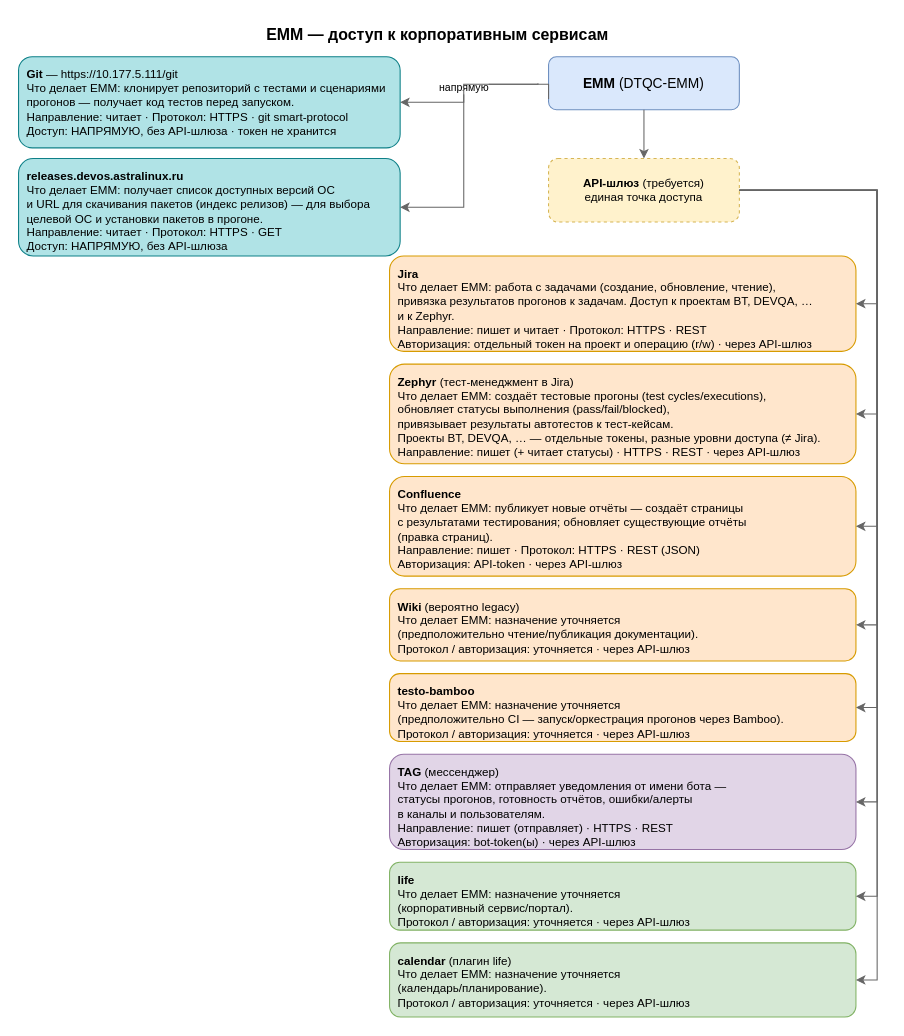
Before: dbos_server_service/diagrams/external-integrations.drawio in N2OCaKeS/stress_test, a draw.io diagram. Source tidied: cells renumbered, new cells numbered last; positions are measured from the earlier drawing's top-left corner, leaving out a move shared by most shapes. Both pictures are drawn from the tidied source at 106%, with x=0, y=0 at pixel (18, 18).
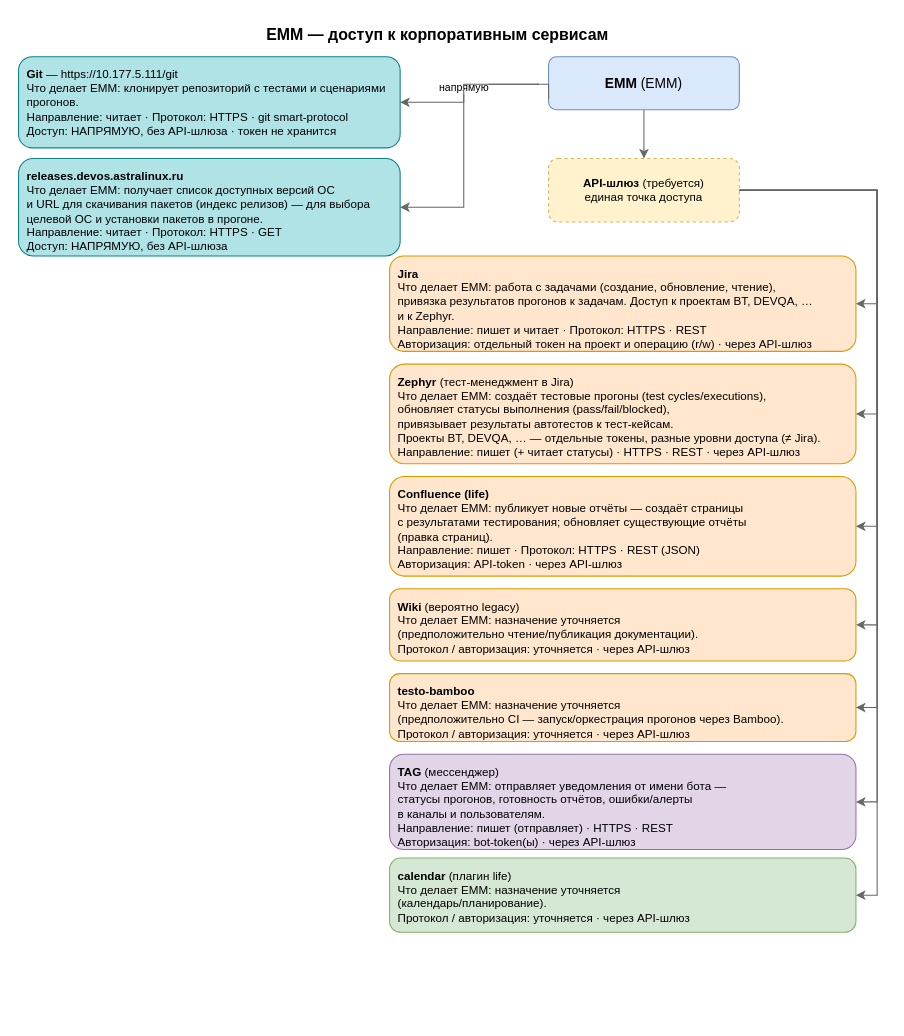
After the change.

Commit message:
external integrations layout tidy-up

The change refers to these unchanged cells:
```xml
<mxCell id="4" value="&lt;b&gt;API-шлюз&lt;/b&gt; (требуется)&lt;br&gt;единая точка доступа" style="rounded=1;whiteSpace=wrap;html=1;fillColor=#fff2cc;strokeColor=#d6b656;dashed=1;fontSize=11;" parent="1" vertex="1">
  <mxGeometry x="500" y="132" width="180" height="60" as="geometry" />
</mxCell>
```

Change to the diagram source:
```diff
@@
-    <mxCell id="3" value="&lt;b&gt;EMM&lt;/b&gt; (DTQC-EMM)" style="rounded=1;whiteSpace=wrap;html=1;fillColor=#dae8fc;strokeColor=#6c8ebf;fontSize=13;" parent="1" vertex="1">
+    <mxCell id="3" value="&lt;b&gt;EMM&lt;/b&gt; (EMM)" style="rounded=1;whiteSpace=wrap;html=1;fillColor=#dae8fc;strokeColor=#6c8ebf;fontSize=13;" parent="1" vertex="1">
       <mxGeometry x="500" y="36" width="180" height="50" as="geometry" />
     </mxCell>
@@
-    <mxCell id="5" value="&lt;b&gt;Git&lt;/b&gt; — https://10.177.5.111/git&lt;br&gt;Что делает EMM: клонирует репозиторий с тестами и сценариями&lt;br&gt;прогонов — получает код тестов перед запуском.&lt;br&gt;Направление: читает · Протокол: HTTPS · git smart-protocol&lt;br&gt;Доступ: НАПРЯМУЮ, без API-шлюза · токен не хранится" style="rounded=1;whiteSpace=wrap;html=1;fillColor=#b0e3e6;strokeColor=#0e8088;align=left;verticalAlign=top;spacingLeft=6;spacingTop=4;fontSize=11;" parent="1" vertex="1">
+    <mxCell id="5" value="&lt;b&gt;Git&lt;/b&gt; — https://10.177.5.111/git&lt;br&gt;Что делает EMM: клонирует репозиторий с тестами и сценариями&lt;br&gt;прогонов.&lt;br&gt;Направление: читает · Протокол: HTTPS · git smart-protocol&lt;br&gt;Доступ: НАПРЯМУЮ, без API-шлюза · токен не хранится" style="rounded=1;whiteSpace=wrap;html=1;fillColor=#b0e3e6;strokeColor=#0e8088;align=left;verticalAlign=top;spacingLeft=6;spacingTop=4;fontSize=11;" parent="1" vertex="1">
       <mxGeometry y="36" width="360" height="86" as="geometry" />
     </mxCell>
@@
-    <mxCell id="10" value="&lt;b&gt;Confluence&lt;/b&gt;&lt;br&gt;Что делает EMM: публикует новые отчёты — создаёт страницы&lt;br&gt;с результатами тестирования; обновляет существующие отчёты&lt;br&gt;(правка страниц).&lt;br&gt;Направление: пишет · Протокол: HTTPS · REST (JSON)&lt;br&gt;Авторизация: API-token · через API-шлюз" style="rounded=1;whiteSpace=wrap;html=1;fillColor=#ffe6cc;strokeColor=#d79b00;align=left;verticalAlign=top;spacingLeft=6;spacingTop=4;fontSize=11;" parent="1" vertex="1">
+    <mxCell id="10" value="&lt;b&gt;Confluence (life)&lt;/b&gt;&lt;br&gt;Что делает EMM: публикует новые отчёты — создаёт страницы&lt;br&gt;с результатами тестирования; обновляет существующие отчёты&lt;br&gt;(правка страниц).&lt;br&gt;Направление: пишет · Протокол: HTTPS · REST (JSON)&lt;br&gt;Авторизация: API-token · через API-шлюз" style="rounded=1;whiteSpace=wrap;html=1;fillColor=#ffe6cc;strokeColor=#d79b00;align=left;verticalAlign=top;spacingLeft=6;spacingTop=4;fontSize=11;" parent="1" vertex="1">
       <mxGeometry x="350" y="432" width="440" height="94" as="geometry" />
     </mxCell>
@@
-    <mxCell id="14" value="&lt;b&gt;life&lt;/b&gt;&lt;br&gt;Что делает EMM: назначение уточняется&lt;br&gt;(корпоративный сервис/портал).&lt;br&gt;Протокол / авторизация: уточняется · через API-шлюз" style="rounded=1;whiteSpace=wrap;html=1;fillColor=#d5e8d4;strokeColor=#82b366;align=left;verticalAlign=top;spacingLeft=6;spacingTop=4;fontSize=11;" parent="1" vertex="1">
-      <mxGeometry x="350" y="796" width="440" height="64" as="geometry" />
-    </mxCell>
     <mxCell id="15" value="&lt;b&gt;calendar&lt;/b&gt; (плагин life)&lt;br&gt;Что делает EMM: назначение уточняется&lt;br&gt;(календарь/планирование).&lt;br&gt;Протокол / авторизация: уточняется · через API-шлюз" style="rounded=1;whiteSpace=wrap;html=1;fillColor=#d5e8d4;strokeColor=#82b366;align=left;verticalAlign=top;spacingLeft=6;spacingTop=4;fontSize=11;" parent="1" vertex="1">
-      <mxGeometry x="350" y="872" width="440" height="70" as="geometry" />
+      <mxGeometry x="350" y="792" width="440" height="70" as="geometry" />
     </mxCell>
@@
-    <mxCell id="24" style="edgeStyle=orthogonalEdgeStyle;rounded=0;html=1;exitX=1;exitY=0.5;exitDx=0;exitDy=0;entryX=1;entryY=0.5;entryDx=0;entryDy=0;strokeColor=#666666;" parent="1" edge="1" source="4" target="14">
+    <mxCell id="24" style="edgeStyle=orthogonalEdgeStyle;rounded=0;html=1;exitX=1;exitY=0.5;exitDx=0;exitDy=0;entryX=1;entryY=0.5;entryDx=0;entryDy=0;strokeColor=#666666;" parent="1" edge="1" source="4" target="15">
       <mxGeometry relative="1" as="geometry">
         <Array as="points">
-          <mxPoint x="810" y="828" />
+          <mxPoint x="810" y="162" />
+          <mxPoint x="810" y="827" />
         </Array>
       </mxGeometry>
     </mxCell>
-    <mxCell id="25" style="edgeStyle=orthogonalEdgeStyle;rounded=0;html=1;exitX=1;exitY=0.5;exitDx=0;exitDy=0;entryX=1;entryY=0.5;entryDx=0;entryDy=0;strokeColor=#666666;" parent="1" edge="1" source="4" target="15">
-      <mxGeometry relative="1" as="geometry">
-        <Array as="points">
-          <mxPoint x="810" y="907" />
-        </Array>
-      </mxGeometry>
-    </mxCell>
```
